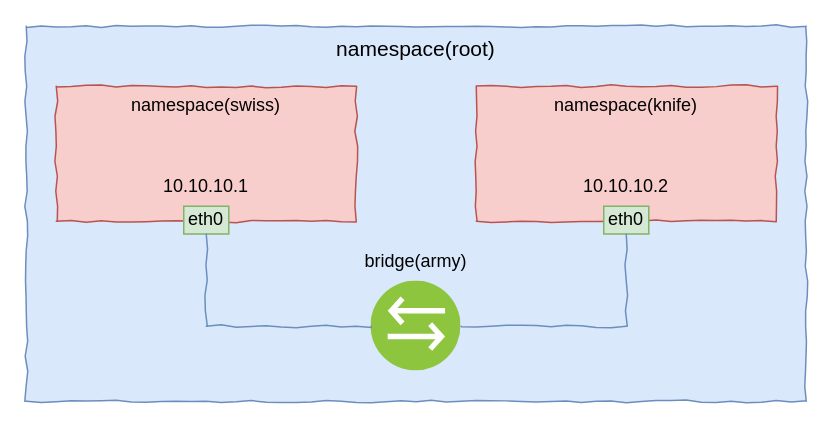
Before: veth_and_bridge.drawio in qinxinliang/diagrams, a draw.io diagram. Source tidied: cells renumbered, new cells numbered last; positions are measured from the earlier drawing's top-left corner, leaving out a move shared by most shapes. Both pictures are drawn from the tidied source at 150%, with x=0, y=0 at pixel (26, 26).
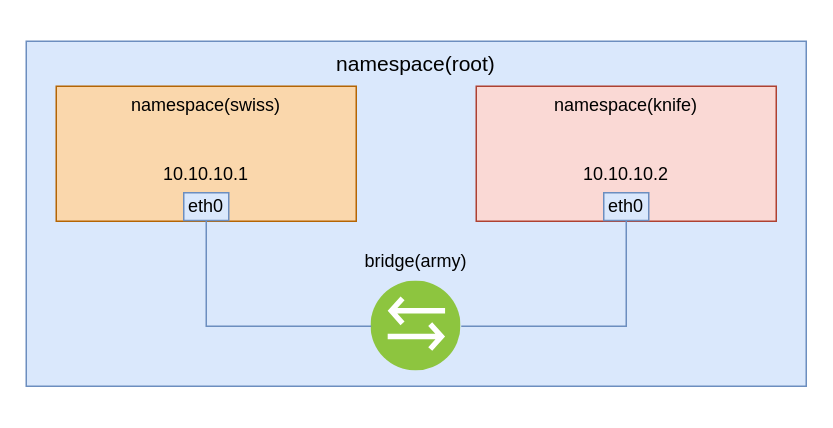
The same page after the edit.

What changed in the source:
```diff
@@
 <mxGraphModel>
   <root>
     <mxCell id="0" />
     <mxCell id="1" parent="0" />
-    <mxCell id="2" value="namespace(root)" style="whiteSpace=wrap;html=1;fillColor=#dae8fc;fontSize=14;strokeColor=#6c8ebf;verticalAlign=top;comic=1;" parent="1" vertex="1">
-      <mxGeometry width="520" height="250" as="geometry" />
+    <mxCell id="2" value="namespace(root)" style="whiteSpace=wrap;html=1;fillColor=#dae8fc;fontSize=14;strokeColor=#6c8ebf;verticalAlign=top;comic=0;" parent="1" vertex="1">
+      <mxGeometry y="10" width="520" height="230" as="geometry" />
     </mxCell>
-    <mxCell id="3" style="rounded=0;whiteSpace=wrap;html=1;fillColor=#f8cecc;strokeColor=#b85450;comic=1;" parent="1" vertex="1">
+    <mxCell id="3" style="rounded=0;whiteSpace=wrap;html=1;fillColor=#fad7ac;strokeColor=#b46504;comic=0;" parent="1" vertex="1">
       <mxGeometry x="20" y="40" width="200" height="90" as="geometry" />
     </mxCell>
-    <mxCell id="4" style="rounded=0;whiteSpace=wrap;html=1;fillColor=#f8cecc;strokeColor=#b85450;comic=1;" parent="1" vertex="1">
+    <mxCell id="4" style="rounded=0;whiteSpace=wrap;html=1;fillColor=#fad9d5;strokeColor=#ae4132;comic=0;" parent="1" vertex="1">
       <mxGeometry x="300" y="40" width="200" height="90" as="geometry" />
     </mxCell>
-    <mxCell id="5" style="perimeter=ellipsePerimeter;html=1;align=center;shadow=0;dashed=0;fontColor=#4277BB;labelBackgroundColor=#ffffff;fontSize=12;spacingTop=3;image;image=img/lib/ibm/vpc/Bridge.svg;strokeColor=default;" parent="1" vertex="1">
+    <mxCell id="5" style="perimeter=ellipsePerimeter;html=1;align=center;shadow=0;dashed=0;fontColor=#4277BB;labelBackgroundColor=#ffffff;fontSize=12;spacingTop=3;image;image=img/lib/ibm/vpc/Bridge.svg;strokeColor=default;comic=0;" parent="1" vertex="1">
       <mxGeometry x="230" y="170" width="60" height="60" as="geometry" />
     </mxCell>
-    <mxCell id="6" value="eth0" style="rounded=0;whiteSpace=wrap;html=1;comic=0;strokeColor=#82b366;fillColor=#d5e8d4;" parent="1" vertex="1">
-      <mxGeometry x="105" y="120" width="30" height="18.5" as="geometry" />
+    <mxCell id="6" value="eth0" style="rounded=0;whiteSpace=wrap;html=1;comic=0;strokeColor=#6c8ebf;fillColor=#dae8fc;" parent="1" vertex="1">
+      <mxGeometry x="105" y="111" width="30" height="18.5" as="geometry" />
     </mxCell>
-    <mxCell id="7" value="eth0" style="rounded=0;whiteSpace=wrap;html=1;comic=0;strokeColor=#82b366;fillColor=#d5e8d4;" parent="1" vertex="1">
-      <mxGeometry x="385" y="120" width="30" height="18.5" as="geometry" />
+    <mxCell id="7" value="eth0" style="rounded=0;whiteSpace=wrap;html=1;comic=0;strokeColor=#6c8ebf;fillColor=#dae8fc;" parent="1" vertex="1">
+      <mxGeometry x="385" y="111" width="30" height="18.5" as="geometry" />
     </mxCell>
-    <mxCell id="8" style="endArrow=none;html=1;entryX=0.5;entryY=1;entryDx=0;entryDy=0;exitX=0;exitY=0.5;exitDx=0;exitDy=0;strokeColor=#6c8ebf;rounded=0;fillColor=#dae8fc;strokeWidth=1;comic=1;" parent="1" edge="1" source="5" target="6">
+    <mxCell id="8" style="endArrow=none;html=1;entryX=0.5;entryY=1;entryDx=0;entryDy=0;exitX=0;exitY=0.5;exitDx=0;exitDy=0;strokeColor=#6c8ebf;rounded=0;fillColor=#dae8fc;strokeWidth=1;comic=0;" parent="1" edge="1" source="5" target="6">
       <mxGeometry relative="1" as="geometry">
         <Array as="points">
           <mxPoint x="120" y="200" />
         </Array>
       </mxGeometry>
     </mxCell>
-    <mxCell id="9" style="endArrow=none;html=1;entryX=0.5;entryY=1;entryDx=0;entryDy=0;exitX=1;exitY=0.5;exitDx=0;exitDy=0;strokeColor=#6c8ebf;rounded=0;fillColor=#dae8fc;strokeWidth=1;comic=1;" parent="1" edge="1" source="5" target="7">
+    <mxCell id="9" style="endArrow=none;html=1;entryX=0.5;entryY=1;entryDx=0;entryDy=0;exitX=1;exitY=0.5;exitDx=0;exitDy=0;strokeColor=#6c8ebf;rounded=0;fillColor=#dae8fc;strokeWidth=1;comic=0;" parent="1" edge="1" source="5" target="7">
       <mxGeometry relative="1" as="geometry">
         <Array as="points">
           <mxPoint x="400" y="200" />
         </Array>
       </mxGeometry>
     </mxCell>
     <mxCell id="10" value="namespace(swiss)" style="text;html=1;strokeColor=none;fillColor=none;align=center;verticalAlign=middle;whiteSpace=wrap;rounded=0;comic=0;" parent="1" vertex="1">
       <mxGeometry x="70" y="43" width="100" height="20" as="geometry" />
     </mxCell>
     <mxCell id="11" value="namespace(knife)" style="text;html=1;strokeColor=none;fillColor=none;align=center;verticalAlign=middle;whiteSpace=wrap;rounded=0;comic=0;" parent="1" vertex="1">
       <mxGeometry x="350" y="43" width="100" height="20" as="geometry" />
     </mxCell>
     <mxCell id="12" value="bridge(army)" style="text;html=1;strokeColor=none;fillColor=none;align=center;verticalAlign=middle;whiteSpace=wrap;rounded=0;comic=0;" parent="1" vertex="1">
       <mxGeometry x="210" y="147" width="100" height="20" as="geometry" />
     </mxCell>
     <mxCell id="13" value="10.10.10.1" style="text;html=1;strokeColor=none;fillColor=none;align=center;verticalAlign=middle;whiteSpace=wrap;rounded=0;comic=0;" parent="1" vertex="1">
-      <mxGeometry x="70" y="97" width="100" height="20" as="geometry" />
+      <mxGeometry x="70" y="89" width="100" height="20" as="geometry" />
     </mxCell>
     <mxCell id="14" value="10.10.10.2" style="text;html=1;strokeColor=none;fillColor=none;align=center;verticalAlign=middle;whiteSpace=wrap;rounded=0;comic=0;" parent="1" vertex="1">
-      <mxGeometry x="350" y="97" width="100" height="20" as="geometry" />
+      <mxGeometry x="350" y="89" width="100" height="20" as="geometry" />
     </mxCell>
   </root>
 </mxGraphModel>
```
